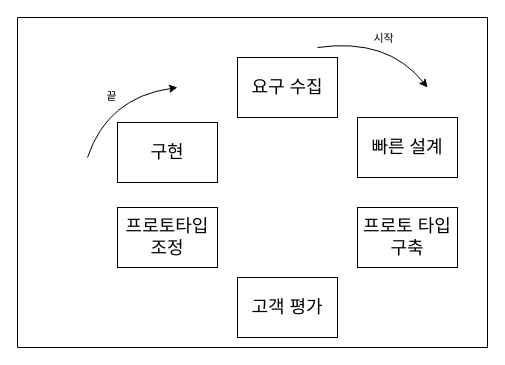
Before: study_architecture.drawio in GyuminGomin/Architecture, a draw.io diagram. Source tidied: cells renumbered, new cells numbered last; positions are measured from the earlier drawing's top-left corner, leaving out a move shared by most shapes. Both pictures are drawn from the tidied source at 100%, with x=0, y=0 at pixel (17, 17).
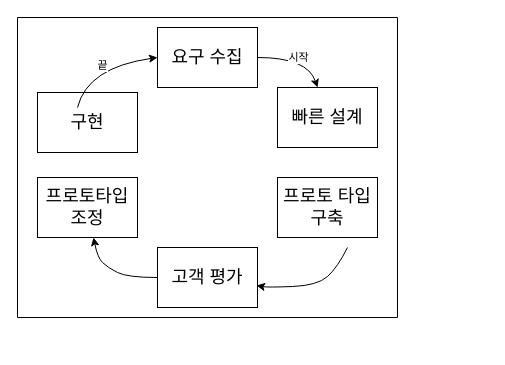
After the change.

What changed in the source:
```diff
@@
     <mxCell id="2" style="swimlane;startSize=0;" parent="1" vertex="1">
-      <mxGeometry width="470" height="330" as="geometry" />
+      <mxGeometry width="380" height="300" as="geometry" />
     </mxCell>
     <mxCell id="3" value="&lt;font style=&quot;font-size: 18px;&quot;&gt;요구 수집&lt;/font&gt;" style="rounded=0;whiteSpace=wrap;html=1;" parent="2" vertex="1">
-      <mxGeometry x="220" y="40" width="100" height="60" as="geometry" />
+      <mxGeometry x="140" y="10" width="100" height="60" as="geometry" />
     </mxCell>
     <mxCell id="4" value="&lt;font style=&quot;font-size: 18px;&quot;&gt;빠른 설계&lt;/font&gt;" style="rounded=0;whiteSpace=wrap;html=1;" parent="2" vertex="1">
-      <mxGeometry x="340" y="100" width="100" height="60" as="geometry" />
+      <mxGeometry x="260" y="70" width="100" height="60" as="geometry" />
     </mxCell>
     <mxCell id="5" value="&lt;font style=&quot;font-size: 18px;&quot;&gt;프로토 타입 구축&lt;/font&gt;" style="rounded=0;whiteSpace=wrap;html=1;" parent="2" vertex="1">
-      <mxGeometry x="340" y="190" width="100" height="60" as="geometry" />
+      <mxGeometry x="260" y="160" width="100" height="60" as="geometry" />
     </mxCell>
     <mxCell id="6" value="&lt;font style=&quot;font-size: 18px;&quot;&gt;고객 평가&lt;/font&gt;" style="rounded=0;whiteSpace=wrap;html=1;" parent="2" vertex="1">
-      <mxGeometry x="220" y="260" width="100" height="60" as="geometry" />
+      <mxGeometry x="140" y="230" width="100" height="60" as="geometry" />
     </mxCell>
     <mxCell id="7" value="&lt;font style=&quot;font-size: 18px;&quot;&gt;프로토타입 조정&lt;/font&gt;" style="rounded=0;whiteSpace=wrap;html=1;" parent="2" vertex="1">
-      <mxGeometry x="100" y="190" width="100" height="60" as="geometry" />
+      <mxGeometry x="20" y="160" width="100" height="60" as="geometry" />
     </mxCell>
     <mxCell id="8" value="&lt;font style=&quot;font-size: 18px;&quot;&gt;구현&lt;/font&gt;" style="rounded=0;whiteSpace=wrap;html=1;" parent="2" vertex="1">
-      <mxGeometry x="100" y="105" width="100" height="60" as="geometry" />
+      <mxGeometry x="20" y="75" width="100" height="60" as="geometry" />
     </mxCell>
-    <mxCell id="9" value="시작" style="curved=1;endArrow=classic;html=1;rounded=0;" parent="2" edge="1">
+    <mxCell id="9" value="시작" style="curved=1;endArrow=classic;html=1;rounded=0;" parent="2" edge="1" source="3" target="4">
       <mxGeometry relative="1" as="geometry">
-        <mxPoint x="300" y="30" as="sourcePoint" />
-        <mxPoint x="410" y="70" as="targetPoint" />
         <Array as="points">
-          <mxPoint x="370" y="20" />
+          <mxPoint x="290" y="40" />
         </Array>
       </mxGeometry>
     </mxCell>
     <mxCell id="10" value="끝" style="curved=1;endArrow=classic;html=1;rounded=0;" parent="2" edge="1">
       <mxGeometry relative="1" as="geometry">
-        <mxPoint x="70" y="140" as="sourcePoint" />
-        <mxPoint x="160" y="70" as="targetPoint" />
+        <mxPoint x="60" y="90" as="sourcePoint" />
+        <mxPoint x="140" y="40" as="targetPoint" />
         <Array as="points">
-          <mxPoint x="90" y="80" />
+          <mxPoint x="70" y="50" />
         </Array>
       </mxGeometry>
     </mxCell>
+    <mxCell id="11" style="curved=1;endArrow=classic;html=1;rounded=0;entryX=0.99;entryY=0.633;entryDx=0;entryDy=0;entryPerimeter=0;" parent="2" edge="1" target="6">
+      <mxGeometry relative="1" as="geometry">
+        <mxPoint x="330" y="230" as="sourcePoint" />
+        <Array as="points">
+          <mxPoint x="320" y="250" />
+          <mxPoint x="300" y="268" />
+          <mxPoint x="250" y="270" />
+        </Array>
+      </mxGeometry>
+    </mxCell>
+    <mxCell id="12" style="curved=1;endArrow=classic;html=1;rounded=0;exitX=0;exitY=0.5;exitDx=0;exitDy=0;" parent="2" edge="1" source="6" target="7">
+      <mxGeometry relative="1" as="geometry">
+        <Array as="points">
+          <mxPoint x="110" y="260" />
+          <mxPoint x="90" y="250" />
+          <mxPoint x="80" y="240" />
+        </Array>
+      </mxGeometry>
+    </mxCell>
```
